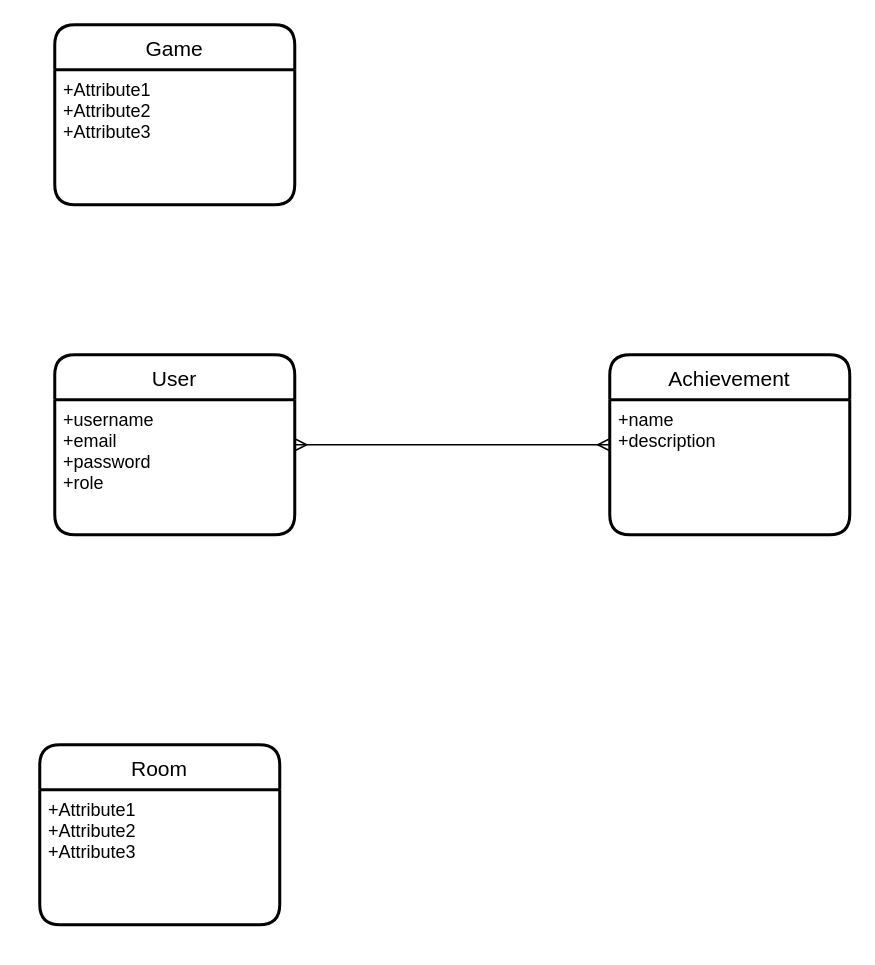
Earlier version of the draw.io diagram reference/schema-relationship.drawio (Working-From-Home/ft_transcendence). Source tidied: cells renumbered, new cells numbered last; positions are measured from the earlier drawing's top-left corner, leaving out a move shared by most shapes. Both pictures are drawn from the tidied source at 150%, with x=0, y=0 at pixel (39, 24).
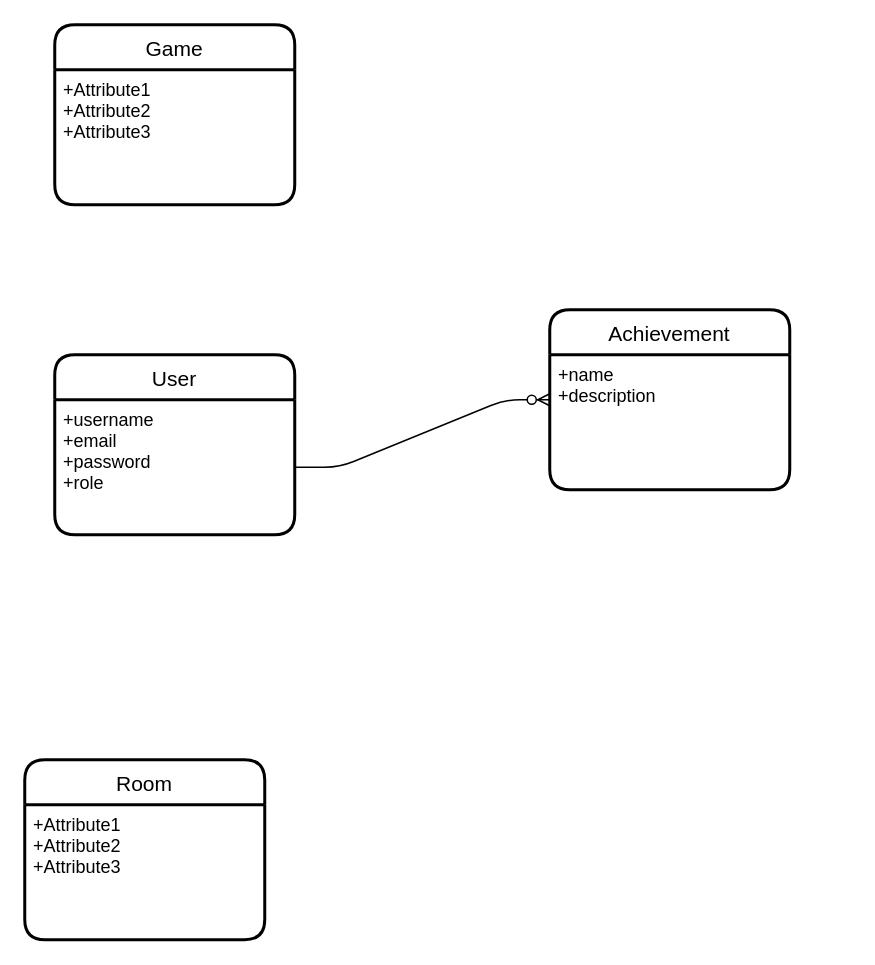
After the change.

The edit, as a diff of the source:
```diff
@@
 <mxGraphModel>
   <root>
     <mxCell id="0" />
     <mxCell id="1" parent="0" />
     <mxCell id="2" value="User" style="swimlane;horizontal=1;startSize=30;rounded=1;fontSize=14;fontStyle=0;strokeWidth=2;shadow=0;dashed=0;align=center;" parent="1" vertex="1">
       <mxGeometry x="10" y="220" width="160" height="120" as="geometry" />
     </mxCell>
     <mxCell id="3" value="+username&#10;+email&#10;+password&#10;+role" style="align=left;strokeColor=none;fillColor=none;spacingLeft=4;fontSize=12;verticalAlign=top;" parent="2" vertex="1">
       <mxGeometry y="30" width="160" height="90" as="geometry" />
     </mxCell>
     <mxCell id="4" value="Achievement" style="swimlane;horizontal=1;startSize=30;rounded=1;fontSize=14;fontStyle=0;strokeWidth=2;shadow=0;dashed=0;align=center;" parent="1" vertex="1">
-      <mxGeometry x="380" y="220" width="160" height="120" as="geometry" />
+      <mxGeometry x="340" y="190" width="160" height="120" as="geometry" />
     </mxCell>
     <mxCell id="5" value="+name&#10;+description" style="align=left;strokeColor=none;fillColor=none;spacingLeft=4;fontSize=12;verticalAlign=top;" parent="4" vertex="1">
       <mxGeometry y="30" width="160" height="90" as="geometry" />
     </mxCell>
-    <mxCell id="6" style="edgeStyle=entityRelationEdgeStyle;fontSize=12;html=1;endArrow=ERmany;startArrow=ERmany;exitX=1;exitY=0.333;exitDx=0;exitDy=0;exitPerimeter=0;entryX=0;entryY=0.5;entryDx=0;entryDy=0;" parent="1" edge="1" source="3" target="4">
-      <mxGeometry relative="1" as="geometry" />
-    </mxCell>
     <mxCell id="7" value="Room" style="swimlane;horizontal=1;startSize=30;rounded=1;fontSize=14;fontStyle=0;strokeWidth=2;shadow=0;dashed=0;align=center;" parent="1" vertex="1">
-      <mxGeometry y="480" width="160" height="120" as="geometry" />
+      <mxGeometry x="-10" y="490" width="160" height="120" as="geometry" />
     </mxCell>
     <mxCell id="8" value="+Attribute1&#10;+Attribute2&#10;+Attribute3" style="align=left;strokeColor=none;fillColor=none;spacingLeft=4;fontSize=12;verticalAlign=top;" parent="7" vertex="1">
       <mxGeometry y="30" width="160" height="90" as="geometry" />
     </mxCell>
     <mxCell id="9" value="Game" style="swimlane;horizontal=1;startSize=30;rounded=1;fontSize=14;fontStyle=0;strokeWidth=2;shadow=0;dashed=0;align=center;" parent="1" vertex="1">
       <mxGeometry x="10" width="160" height="120" as="geometry" />
     </mxCell>
     <mxCell id="10" value="+Attribute1&#10;+Attribute2&#10;+Attribute3" style="align=left;strokeColor=none;fillColor=none;spacingLeft=4;fontSize=12;verticalAlign=top;" parent="9" vertex="1">
       <mxGeometry y="30" width="160" height="90" as="geometry" />
     </mxCell>
+    <mxCell id="6" style="edgeStyle=entityRelationEdgeStyle;fontSize=12;html=1;endArrow=ERzeroToMany;endFill=1;exitX=1;exitY=0.5;exitDx=0;exitDy=0;entryX=0;entryY=0.5;entryDx=0;entryDy=0;" parent="1" edge="1" source="3" target="4">
+      <mxGeometry relative="1" as="geometry" />
+    </mxCell>
   </root>
 </mxGraphModel>
```
